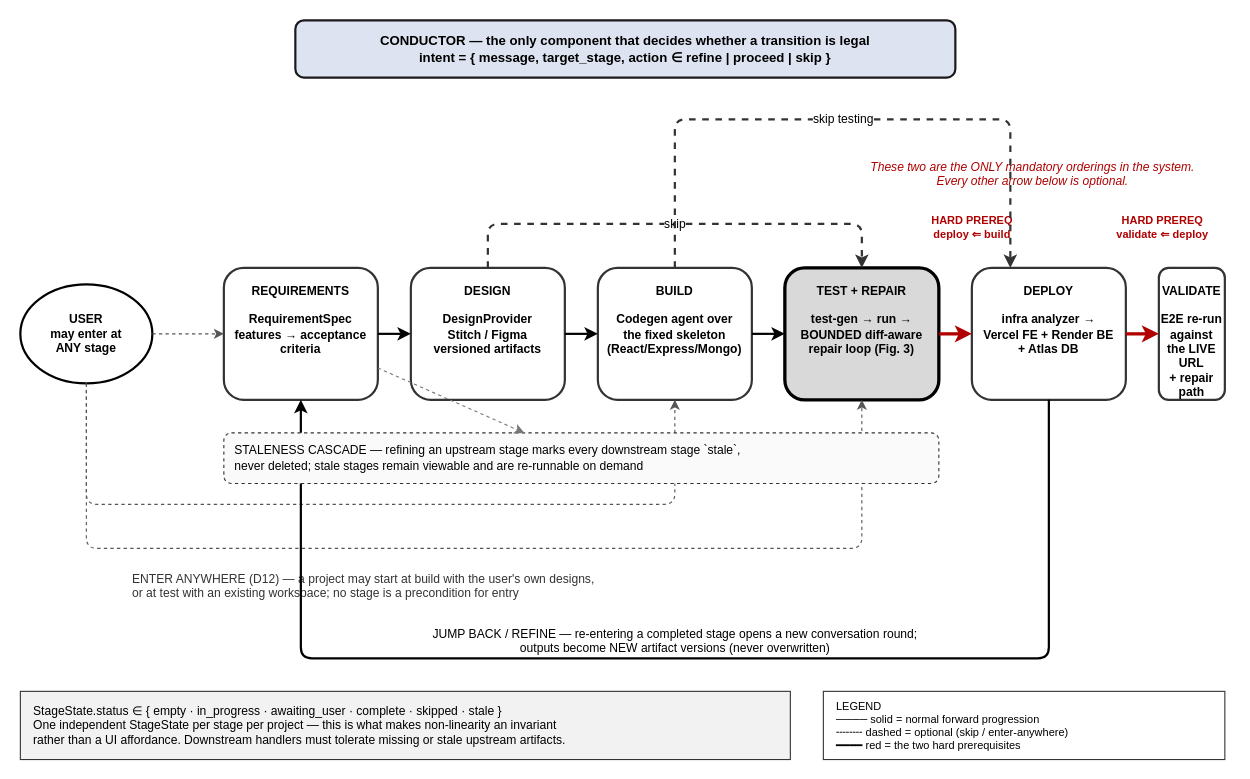
The draw.io diagram paper/figures/fig2-nonlinear-stage-model.drawio in Faheem219/ForgeFlow, before the edit. Source tidied: cells renumbered, new cells numbered last; positions are measured from the earlier drawing's top-left corner, leaving out a move shared by most shapes. Both pictures are drawn from the tidied source at 110%, with x=0, y=0 at pixel (20, 20).
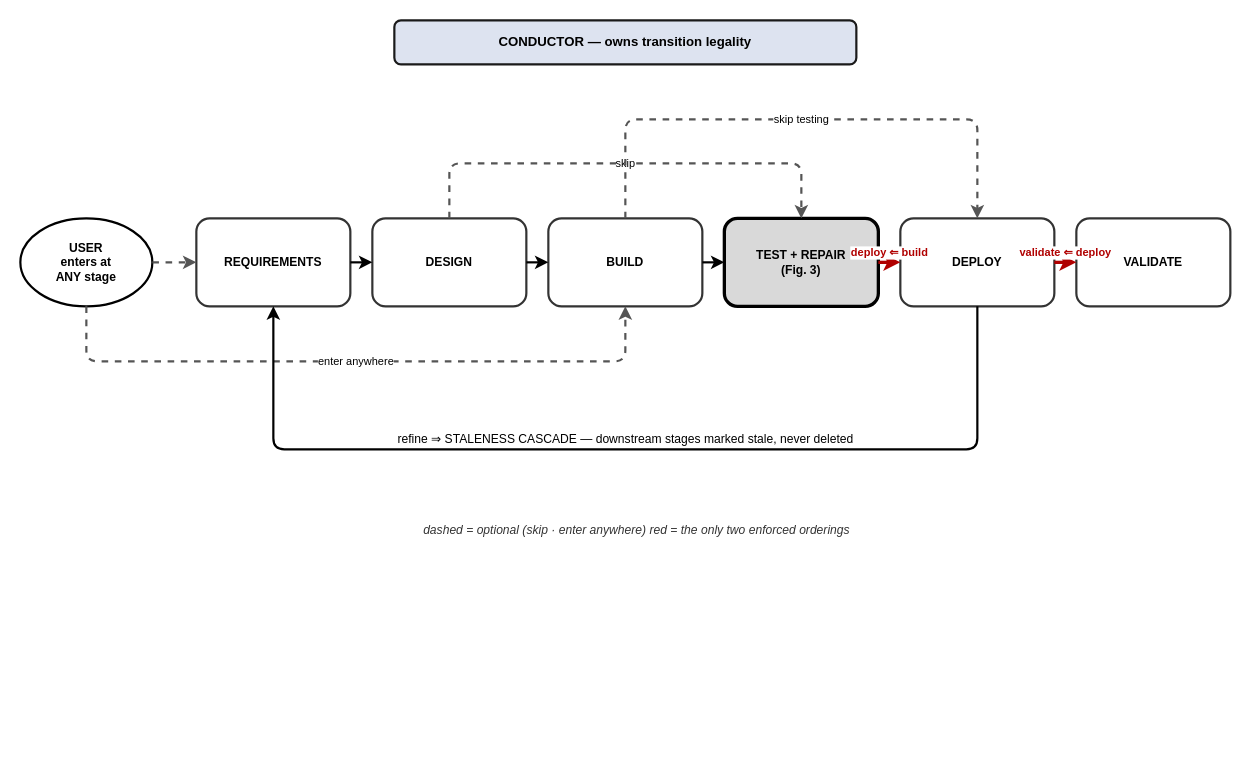
After the change.

Diff of the diagram source:
```diff
@@
-    <mxCell id="2" value="CONDUCTOR — the only component that decides whether a transition is legal&#10;intent = { message, target_stage, action ∈ refine | proceed | skip }" style="rounded=1;whiteSpace=wrap;html=1;fillColor=#DDE3F0;strokeColor=#1A1A1A;strokeWidth=2;fontSize=12;fontStyle=1;" parent="1" vertex="1">
-      <mxGeometry x="250" width="600" height="52" as="geometry" />
+    <mxCell id="2" value="CONDUCTOR — owns transition legality" style="rounded=1;whiteSpace=wrap;html=1;fillColor=#DDE3F0;strokeColor=#1A1A1A;strokeWidth=2;fontSize=12;fontStyle=1;" parent="1" vertex="1">
+      <mxGeometry x="340" width="420" height="40" as="geometry" />
     </mxCell>
-    <mxCell id="3" value="USER&#10;may enter at&#10;ANY stage" style="ellipse;whiteSpace=wrap;html=1;fillColor=#FFFFFF;strokeColor=#000000;strokeWidth=2;fontSize=11;fontStyle=1;" parent="1" vertex="1">
-      <mxGeometry y="240" width="120" height="90" as="geometry" />
+    <mxCell id="3" value="USER&#10;enters at&#10;ANY stage" style="ellipse;whiteSpace=wrap;html=1;fillColor=#FFFFFF;strokeColor=#000000;strokeWidth=2;fontSize=11;fontStyle=1;" parent="1" vertex="1">
+      <mxGeometry y="180" width="120" height="80" as="geometry" />
     </mxCell>
-    <mxCell id="4" value="REQUIREMENTS&#10;&#10;RequirementSpec&#10;features → acceptance&#10;criteria" style="rounded=1;whiteSpace=wrap;html=1;fillColor=#FFFFFF;strokeColor=#333333;strokeWidth=2;fontSize=11;fontStyle=1;verticalAlign=top;spacingTop=8;" parent="1" vertex="1">
-      <mxGeometry x="185" y="225" width="140" height="120" as="geometry" />
+    <mxCell id="4" value="REQUIREMENTS" style="rounded=1;whiteSpace=wrap;html=1;fillColor=#FFFFFF;strokeColor=#333333;strokeWidth=2;fontSize=11;fontStyle=1;" parent="1" vertex="1">
+      <mxGeometry x="160" y="180" width="140" height="80" as="geometry" />
     </mxCell>
-    <mxCell id="5" value="DESIGN&#10;&#10;DesignProvider&#10;Stitch / Figma&#10;versioned artifacts" style="rounded=1;whiteSpace=wrap;html=1;fillColor=#FFFFFF;strokeColor=#333333;strokeWidth=2;fontSize=11;fontStyle=1;verticalAlign=top;spacingTop=8;" parent="1" vertex="1">
-      <mxGeometry x="355" y="225" width="140" height="120" as="geometry" />
+    <mxCell id="5" value="DESIGN" style="rounded=1;whiteSpace=wrap;html=1;fillColor=#FFFFFF;strokeColor=#333333;strokeWidth=2;fontSize=11;fontStyle=1;" parent="1" vertex="1">
+      <mxGeometry x="320" y="180" width="140" height="80" as="geometry" />
     </mxCell>
-    <mxCell id="6" value="BUILD&#10;&#10;Codegen agent over&#10;the fixed skeleton&#10;(React/Express/Mongo)" style="rounded=1;whiteSpace=wrap;html=1;fillColor=#FFFFFF;strokeColor=#333333;strokeWidth=2;fontSize=11;fontStyle=1;verticalAlign=top;spacingTop=8;" parent="1" vertex="1">
-      <mxGeometry x="525" y="225" width="140" height="120" as="geometry" />
+    <mxCell id="6" value="BUILD" style="rounded=1;whiteSpace=wrap;html=1;fillColor=#FFFFFF;strokeColor=#333333;strokeWidth=2;fontSize=11;fontStyle=1;" parent="1" vertex="1">
+      <mxGeometry x="480" y="180" width="140" height="80" as="geometry" />
     </mxCell>
-    <mxCell id="7" value="TEST + REPAIR&#10;&#10;test-gen → run →&#10;BOUNDED diff-aware&#10;repair loop (Fig. 3)" style="rounded=1;whiteSpace=wrap;html=1;fillColor=#D9D9D9;strokeColor=#000000;strokeWidth=3;fontSize=11;fontStyle=1;verticalAlign=top;spacingTop=8;" parent="1" vertex="1">
-      <mxGeometry x="695" y="225" width="140" height="120" as="geometry" />
+    <mxCell id="7" value="TEST + REPAIR&#10;(Fig. 3)" style="rounded=1;whiteSpace=wrap;html=1;fillColor=#D9D9D9;strokeColor=#000000;strokeWidth=3;fontSize=11;fontStyle=1;" parent="1" vertex="1">
+      <mxGeometry x="640" y="180" width="140" height="80" as="geometry" />
     </mxCell>
-    <mxCell id="8" value="DEPLOY&#10;&#10;infra analyzer →&#10;Vercel FE + Render BE&#10;+ Atlas DB" style="rounded=1;whiteSpace=wrap;html=1;fillColor=#FFFFFF;strokeColor=#333333;strokeWidth=2;fontSize=11;fontStyle=1;verticalAlign=top;spacingTop=8;" parent="1" vertex="1">
-      <mxGeometry x="865" y="225" width="140" height="120" as="geometry" />
+    <mxCell id="8" value="DEPLOY" style="rounded=1;whiteSpace=wrap;html=1;fillColor=#FFFFFF;strokeColor=#333333;strokeWidth=2;fontSize=11;fontStyle=1;" parent="1" vertex="1">
+      <mxGeometry x="800" y="180" width="140" height="80" as="geometry" />
     </mxCell>
-    <mxCell id="9" value="VALIDATE&#10;&#10;E2E re-run against&#10;the LIVE URL&#10;+ repair path" style="rounded=1;whiteSpace=wrap;html=1;fillColor=#FFFFFF;strokeColor=#333333;strokeWidth=2;fontSize=11;fontStyle=1;verticalAlign=top;spacingTop=8;" parent="1" vertex="1">
-      <mxGeometry x="1035" y="225" width="60" height="120" as="geometry" />
+    <mxCell id="9" value="VALIDATE" style="rounded=1;whiteSpace=wrap;html=1;fillColor=#FFFFFF;strokeColor=#333333;strokeWidth=2;fontSize=11;fontStyle=1;" parent="1" vertex="1">
+      <mxGeometry x="960" y="180" width="140" height="80" as="geometry" />
     </mxCell>
@@
-    <mxCell id="13" style="edgeStyle=orthogonalEdgeStyle;html=1;strokeWidth=3;endArrow=classic;strokeColor=#B00000;" parent="1" edge="1" source="7" target="8">
+    <mxCell id="13" value="deploy ⇐ build" style="edgeStyle=orthogonalEdgeStyle;html=1;strokeWidth=3;endArrow=classic;strokeColor=#B00000;fontColor=#B00000;fontSize=10;fontStyle=1;verticalAlign=bottom;" parent="1" edge="1" source="7" target="8">
       <mxGeometry relative="1" as="geometry" />
     </mxCell>
-    <mxCell id="14" style="edgeStyle=orthogonalEdgeStyle;html=1;strokeWidth=3;endArrow=classic;strokeColor=#B00000;" parent="1" edge="1" source="8" target="9">
+    <mxCell id="14" value="validate ⇐ deploy" style="edgeStyle=orthogonalEdgeStyle;html=1;strokeWidth=3;endArrow=classic;strokeColor=#B00000;fontColor=#B00000;fontSize=10;fontStyle=1;verticalAlign=bottom;" parent="1" edge="1" source="8" target="9">
       <mxGeometry relative="1" as="geometry" />
     </mxCell>
-    <mxCell id="15" value="HARD PREREQ&#10;deploy ⇐ build" style="text;html=1;align=center;fontSize=10;fontColor=#B00000;fontStyle=1;labelBackgroundColor=#FFFFFF;" parent="1" vertex="1">
-      <mxGeometry x="810" y="170" width="110" height="34" as="geometry" />
-    </mxCell>
-    <mxCell id="16" value="HARD PREREQ&#10;validate ⇐ deploy" style="text;html=1;align=center;fontSize=10;fontColor=#B00000;fontStyle=1;labelBackgroundColor=#FFFFFF;" parent="1" vertex="1">
-      <mxGeometry x="980" y="170" width="115" height="34" as="geometry" />
-    </mxCell>
-    <mxCell id="17" value="These two are the ONLY mandatory orderings in the system.&#10;Every other arrow below is optional." style="text;html=1;align=center;fontSize=11;fontColor=#B00000;fontStyle=2;" parent="1" vertex="1">
-      <mxGeometry x="740" y="120" width="360" height="34" as="geometry" />
-    </mxCell>
+    <mxCell id="22" value="skip" style="edgeStyle=orthogonalEdgeStyle;html=1;strokeWidth=2;endArrow=classic;strokeColor=#555555;dashed=1;fontSize=10;exitX=0.5;exitY=0;exitDx=0;exitDy=0;entryX=0.5;entryY=0;entryDx=0;entryDy=0;" parent="1" edge="1" source="5" target="7">
+      <mxGeometry relative="1" as="geometry">
+        <Array as="points">
+          <mxPoint x="390" y="130" />
+          <mxPoint x="710" y="130" />
+        </Array>
+      </mxGeometry>
+    </mxCell>
+    <mxCell id="23" value="skip testing" style="edgeStyle=orthogonalEdgeStyle;html=1;strokeWidth=2;endArrow=classic;strokeColor=#555555;dashed=1;fontSize=10;exitX=0.5;exitY=0;exitDx=0;exitDy=0;entryX=0.5;entryY=0;entryDx=0;entryDy=0;" parent="1" edge="1" source="6" target="8">
+      <mxGeometry relative="1" as="geometry">
+        <Array as="points">
+          <mxPoint x="550" y="90" />
+          <mxPoint x="870" y="90" />
+        </Array>
+      </mxGeometry>
+    </mxCell>
-    <mxCell id="18" style="edgeStyle=orthogonalEdgeStyle;html=1;strokeWidth=1;endArrow=classic;strokeColor=#555555;dashed=1;" parent="1" edge="1" source="3" target="4">
+    <mxCell id="18" style="edgeStyle=orthogonalEdgeStyle;html=1;strokeWidth=2;endArrow=classic;strokeColor=#555555;dashed=1;" parent="1" edge="1" source="3" target="4">
       <mxGeometry relative="1" as="geometry" />
     </mxCell>
-    <mxCell id="19" style="edgeStyle=orthogonalEdgeStyle;html=1;strokeWidth=1;endArrow=classic;strokeColor=#555555;dashed=1;exitX=0.5;exitY=1;exitDx=0;exitDy=0;entryX=0.5;entryY=1;entryDx=0;entryDy=0;" parent="1" edge="1" source="3" target="6">
+    <mxCell id="19" value="enter anywhere" style="edgeStyle=orthogonalEdgeStyle;html=1;strokeWidth=2;endArrow=classic;strokeColor=#555555;dashed=1;fontSize=10;exitX=0.5;exitY=1;exitDx=0;exitDy=0;entryX=0.5;entryY=1;entryDx=0;entryDy=0;" parent="1" edge="1" source="3" target="6">
       <mxGeometry relative="1" as="geometry">
         <Array as="points">
-          <mxPoint x="60" y="440" />
-          <mxPoint x="595" y="440" />
+          <mxPoint x="60" y="310" />
+          <mxPoint x="550" y="310" />
         </Array>
       </mxGeometry>
     </mxCell>
-    <mxCell id="20" style="edgeStyle=orthogonalEdgeStyle;html=1;strokeWidth=1;endArrow=classic;strokeColor=#555555;dashed=1;exitX=0.5;exitY=1;exitDx=0;exitDy=0;entryX=0.5;entryY=1;entryDx=0;entryDy=0;" parent="1" edge="1" source="3" target="7">
-      <mxGeometry relative="1" as="geometry">
-        <Array as="points">
-          <mxPoint x="60" y="480" />
-          <mxPoint x="765" y="480" />
-        </Array>
-      </mxGeometry>
-    </mxCell>
-    <mxCell id="21" value="ENTER ANYWHERE (D12) — a project may start at build with the user's own designs,&#10;or at test with an existing workspace; no stage is a precondition for entry" style="text;html=1;align=left;fontSize=11;fontColor=#333333;" parent="1" vertex="1">
-      <mxGeometry x="100" y="495" width="520" height="34" as="geometry" />
-    </mxCell>
-    <mxCell id="22" value="skip" style="edgeStyle=orthogonalEdgeStyle;html=1;strokeWidth=2;endArrow=classic;strokeColor=#333333;dashed=1;exitX=0.5;exitY=0;exitDx=0;exitDy=0;entryX=0.5;entryY=0;entryDx=0;entryDy=0;" parent="1" edge="1" source="5" target="7">
-      <mxGeometry relative="1" as="geometry">
-        <Array as="points">
-          <mxPoint x="425" y="185" />
-          <mxPoint x="765" y="185" />
-        </Array>
-      </mxGeometry>
-    </mxCell>
-    <mxCell id="23" value="skip testing" style="edgeStyle=orthogonalEdgeStyle;html=1;strokeWidth=2;endArrow=classic;strokeColor=#333333;dashed=1;exitX=0.5;exitY=0;exitDx=0;exitDy=0;entryX=0.25;entryY=0;entryDx=0;entryDy=0;" parent="1" edge="1" source="6" target="8">
-      <mxGeometry relative="1" as="geometry">
-        <Array as="points">
-          <mxPoint x="595" y="90" />
-          <mxPoint x="900" y="90" />
-        </Array>
-      </mxGeometry>
-    </mxCell>
-    <mxCell id="24" value="JUMP BACK / REFINE — re-entering a completed stage opens a new conversation round;&#10;outputs become NEW artifact versions (never overwritten)" style="edgeStyle=orthogonalEdgeStyle;html=1;strokeWidth=2;endArrow=classic;strokeColor=#000000;exitX=0.5;exitY=1;exitDx=0;exitDy=0;entryX=0.5;entryY=1;entryDx=0;entryDy=0;verticalAlign=bottom;fontSize=11;" parent="1" edge="1" source="8" target="4">
+    <mxCell id="24" value="refine  ⇒  STALENESS CASCADE — downstream stages marked stale, never deleted" style="edgeStyle=orthogonalEdgeStyle;html=1;strokeWidth=2;endArrow=classic;strokeColor=#000000;fontSize=11;verticalAlign=bottom;exitX=0.5;exitY=1;exitDx=0;exitDy=0;entryX=0.5;entryY=1;entryDx=0;entryDy=0;" parent="1" edge="1" source="8" target="4">
       <mxGeometry relative="1" as="geometry">
         <Array as="points">
-          <mxPoint x="935" y="580" />
-          <mxPoint x="255" y="580" />
+          <mxPoint x="870" y="390" />
+          <mxPoint x="230" y="390" />
         </Array>
       </mxGeometry>
     </mxCell>
-    <mxCell id="25" value="STALENESS CASCADE — refining an upstream stage marks every downstream stage `stale`,&#10;never deleted; stale stages remain viewable and are re-runnable on demand" style="rounded=1;whiteSpace=wrap;html=1;fillColor=#FAFAFA;strokeColor=#333333;dashed=1;fontSize=11;align=left;spacingLeft=8;" parent="1" vertex="1">
-      <mxGeometry x="185" y="375" width="650" height="46" as="geometry" />
-    </mxCell>
-    <mxCell id="26" style="edgeStyle=none;html=1;strokeWidth=1;endArrow=classic;strokeColor=#777777;dashed=1;" parent="1" edge="1" source="4" target="25">
-      <mxGeometry relative="1" as="geometry" />
-    </mxCell>
-    <mxCell id="27" value="StageState.status ∈ { empty · in_progress · awaiting_user · complete · skipped · stale }&#10;One independent StageState per stage per project — this is what makes non-linearity an invariant&#10;rather than a UI affordance. Downstream handlers must tolerate missing or stale upstream artifacts." style="rounded=0;whiteSpace=wrap;html=1;fillColor=#F2F2F2;strokeColor=#333333;fontSize=11;align=left;spacingLeft=10;verticalAlign=middle;" parent="1" vertex="1">
-      <mxGeometry y="610" width="700" height="62" as="geometry" />
-    </mxCell>
-    <mxCell id="28" value="LEGEND&#10;──── solid    = normal forward progression&#10;╌╌╌╌ dashed  = optional (skip / enter-anywhere)&#10;━━━━ red      = the two hard prerequisites" style="rounded=0;whiteSpace=wrap;html=1;fillColor=#FFFFFF;strokeColor=#333333;fontSize=10;align=left;spacingLeft=10;verticalAlign=middle;" parent="1" vertex="1">
-      <mxGeometry x="730" y="610" width="365" height="62" as="geometry" />
-    </mxCell>
+    <mxCell id="29" value="dashed = optional (skip · enter anywhere)          red = the only two enforced orderings" style="text;html=1;align=center;fontSize=11;fontColor=#333333;fontStyle=2;" parent="1" vertex="1">
+      <mxGeometry x="160" y="450" width="800" height="24" as="geometry" />
+    </mxCell>
```
